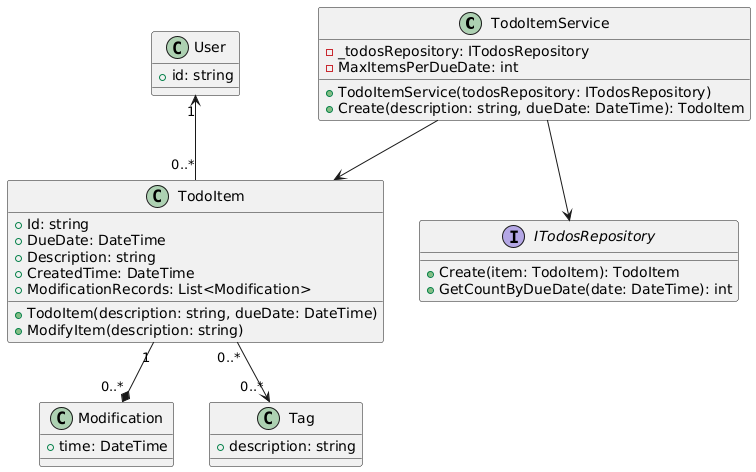
Earlier version of the PlantUML export diagram/uml_diagram.png (BGC-BootCamp-Team1/TodoItems). The source it was exported from:
```plantuml
@startuml
class TodoItemService {
    - _todosRepository: ITodosRepository
    - MaxItemsPerDueDate: int
    + TodoItemService(todosRepository: ITodosRepository)
    + Create(description: string, dueDate: DateTime): TodoItem
}

class TodoItem {
    + Id: string
    + DueDate: DateTime
    + Description: string
    + CreatedTime: DateTime
    + ModificationRecords: List<Modification>
    + TodoItem(description: string, dueDate: DateTime)
    + ModifyItem(description: string)
}

interface ITodosRepository {
    + Create(item: TodoItem): TodoItem
    + GetCountByDueDate(date: DateTime): int
}

class Modification {
    + time: DateTime
}

class User {
    + id: string
}

class Tag {
    + description: string
}

TodoItemService --> ITodosRepository
TodoItemService --> TodoItem
TodoItem "1" --* "0..*" Modification
TodoItem "0..*" --> "0..*" Tag
User "1" <-- "0..*" TodoItem
@enduml
```
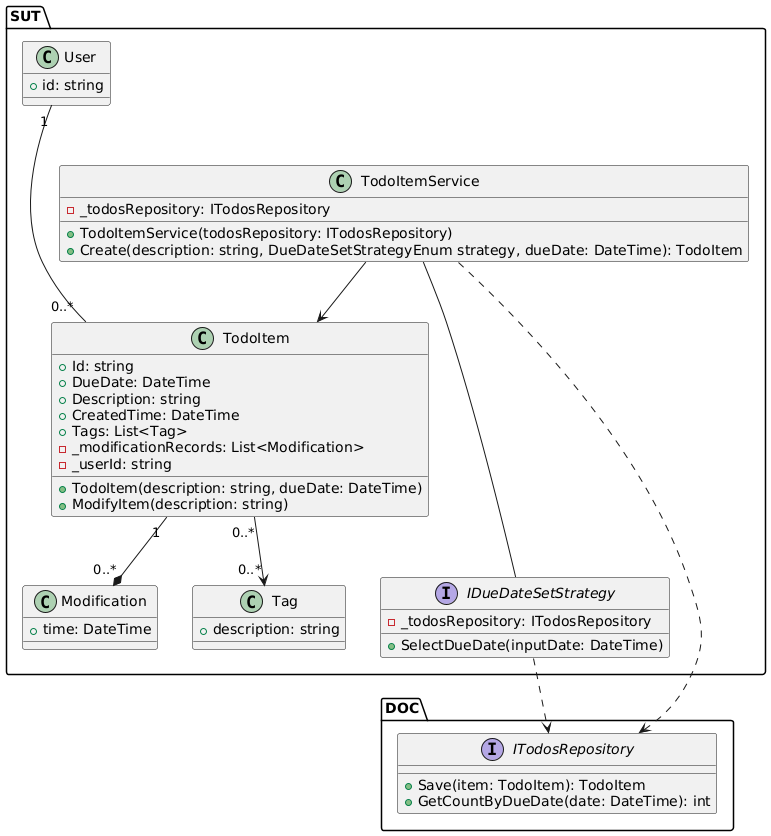
The same file after the commit.

Commit message:
feat: update uml diagram

Change to the diagram source:
```diff
@@ -1,41 +1,54 @@
 @startuml
-class TodoItemService {
-    - _todosRepository: ITodosRepository
-    - MaxItemsPerDueDate: int
-    + TodoItemService(todosRepository: ITodosRepository)
-    + Create(description: string, dueDate: DateTime): TodoItem
+package SUT{
+  class TodoItemService {
+      - _todosRepository: ITodosRepository
+      + TodoItemService(todosRepository: ITodosRepository)
+      + Create(description: string, DueDateSetStrategyEnum strategy, dueDate: DateTime): TodoItem
+  }
+
+  class TodoItem {
+      + Id: string
+      + DueDate: DateTime
+      + Description: string
+      + CreatedTime: DateTime
+      + Tags: List<Tag>
+      - _modificationRecords: List<Modification>
+      - _userId: string
+      + TodoItem(description: string, dueDate: DateTime)
+      + ModifyItem(description: string)
+  }
+
+  class Modification {
+      + time: DateTime
+  }
+
+  class User {
+      + id: string
+  }
+
+  class Tag {
+      + description: string
+  }
+
+  interface IDueDateSetStrategy {
+      - _todosRepository: ITodosRepository
+      + SelectDueDate(inputDate: DateTime)
+  }
 }
 
-class TodoItem {
-    + Id: string
-    + DueDate: DateTime
-    + Description: string
-    + CreatedTime: DateTime
-    + ModificationRecords: List<Modification>
-    + TodoItem(description: string, dueDate: DateTime)
-    + ModifyItem(description: string)
+package DOC{
+  interface ITodosRepository {
+      + Save(item: TodoItem): TodoItem
+      + GetCountByDueDate(date: DateTime): int
+  }
+
 }
 
-interface ITodosRepository {
-    + Create(item: TodoItem): TodoItem
-    + GetCountByDueDate(date: DateTime): int
-}
-
-class Modification {
-    + time: DateTime
-}
-
-class User {
-    + id: string
-}
-
-class Tag {
-    + description: string
-}
-
-TodoItemService --> ITodosRepository
+TodoItemService ..> ITodosRepository
 TodoItemService --> TodoItem
 TodoItem "1" --* "0..*" Modification
 TodoItem "0..*" --> "0..*" Tag
-User "1" <-- "0..*" TodoItem
+User "1"--- "0..*" TodoItem
+TodoItemService --- IDueDateSetStrategy
+IDueDateSetStrategy ..> ITodosRepository
 @enduml
```
